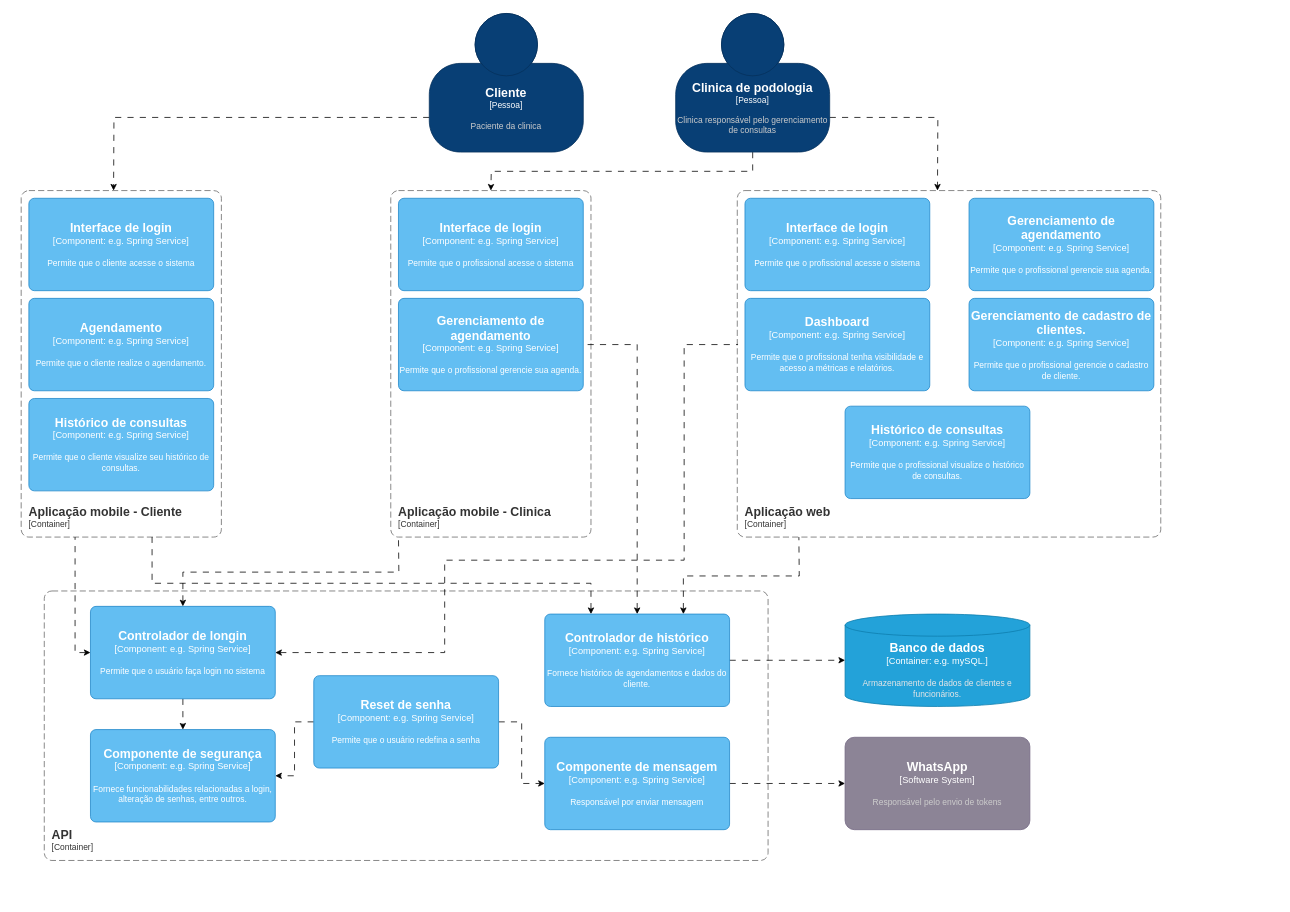
Earlier version of the draw.io diagram Diagrama sem nome.drawio (JayanaCecilia/ArqAvanc). Source tidied: cells renumbered, new cells numbered last; positions are measured from the earlier drawing's top-left corner, leaving out a move shared by most shapes. Both pictures are drawn from the tidied source at 77%, with x=0, y=0 at pixel (21, 13).
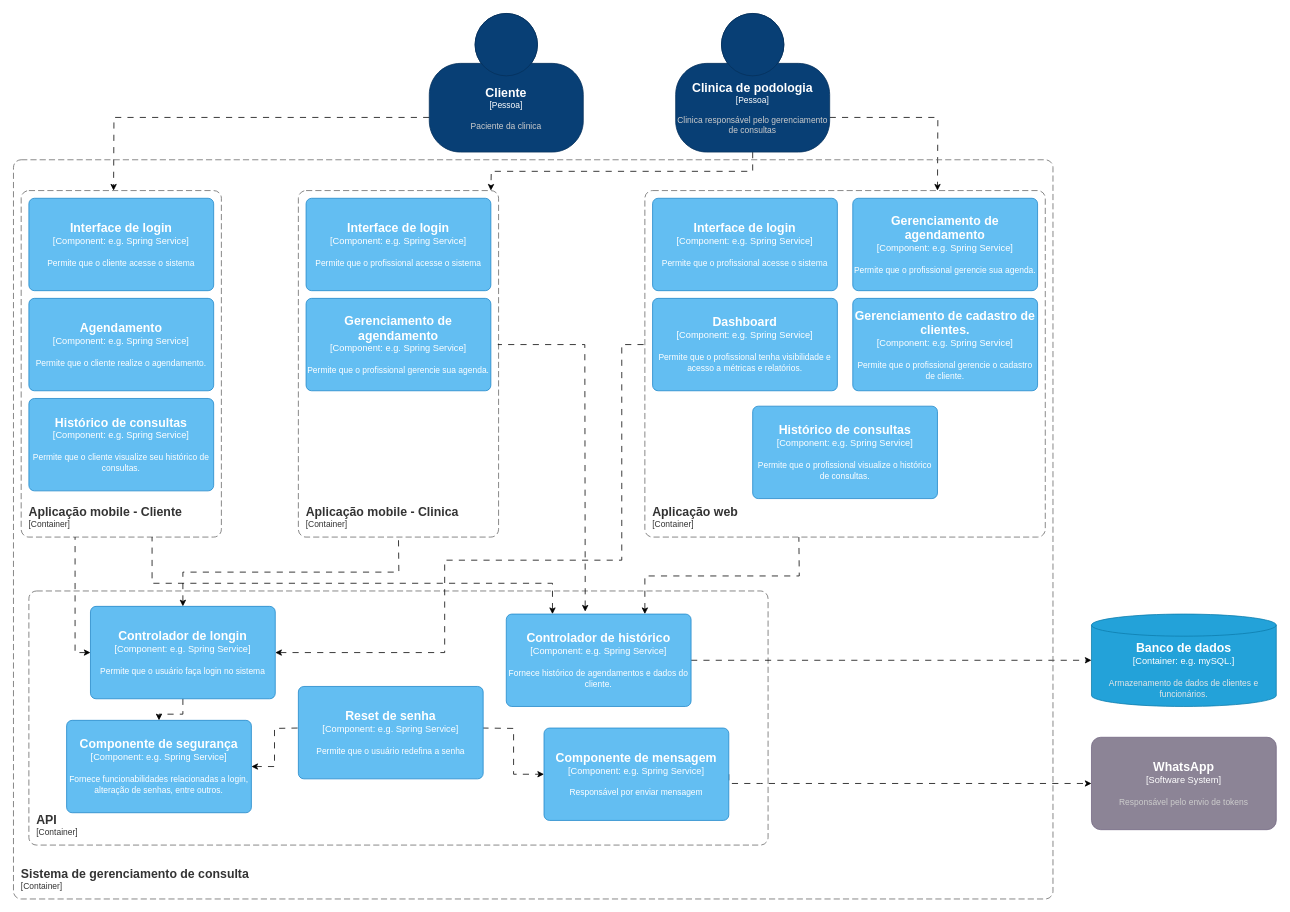
Above is the later version.

Commit message:
Aula4-Componentes

Unchanged cells that the change refers to:
```xml
<object id="23" label="&lt;font style=&quot;font-size: 16px&quot;&gt;&lt;b&gt;%c4Name%&lt;/b&gt;&lt;/font&gt;&lt;div&gt;[%c4Type%: %c4Technology%]&lt;/div&gt;&lt;br&gt;&lt;div&gt;&lt;font style=&quot;font-size: 11px&quot;&gt;%c4Description%&lt;/font&gt;&lt;/div&gt;" c4Description="Permite que o usuário faça login no sistema&#10;" c4Name="Controlador de longin" c4Technology="e.g. Spring Service" c4Type="Component" placeholders="1">
  <mxCell style="rounded=1;whiteSpace=wrap;html=1;labelBackgroundColor=none;fillColor=#63BEF2;fontColor=#ffffff;align=center;arcSize=6;strokeColor=#2086C9;points=[[0.25,0,0],[0.5,0,0],[0.75,0,0],[1,0.25,0],[1,0.5,0],[1,0.75,0],[0.75,1,0],[0.5,1,0],[0.25,1,0],[0,0.75,0],[0,0.5,0],[0,0.25,0]];" parent="1" vertex="1">
    <mxGeometry x="90" y="770" width="240" height="120" as="geometry" />
  </mxCell>
</object>
```

Change to the diagram source:
```diff
@@
     <object id="2" label="&lt;font style=&quot;font-size: 16px&quot;&gt;&lt;b&gt;%c4Type%&lt;/b&gt;&lt;/font&gt;&lt;div&gt;[%c4Container%:&amp;nbsp;%c4Technology%]&lt;/div&gt;&lt;br&gt;&lt;div&gt;&lt;font style=&quot;font-size: 11px&quot;&gt;&lt;font color=&quot;#E6E6E6&quot;&gt;%c4Description%&lt;/font&gt;&lt;/div&gt;" c4Container="Container" c4Description="Armazenamento de dados de clientes e funcionários." c4Technology="e.g. mySQL." c4Type="Banco de dados" placeholders="1">
       <mxCell style="shape=cylinder3;size=14.352941176470665;whiteSpace=wrap;html=1;boundedLbl=1;rounded=0;labelBackgroundColor=none;fillColor=#23A2D9;fontSize=12;fontColor=#ffffff;align=center;strokeColor=#0E7DAD;points=[[0.5,0,0],[1,0.25,0],[1,0.5,0],[1,0.75,0],[0.5,1,0],[0,0.75,0],[0,0.5,0],[0,0.25,0]];" parent="1" vertex="1">
-        <mxGeometry x="1070" y="780" width="240" height="120" as="geometry" />
+        <mxGeometry x="1390" y="780" width="240" height="120" as="geometry" />
       </mxCell>
     </object>
@@
     <object id="6" label="&lt;font style=&quot;font-size: 16px&quot;&gt;&lt;b&gt;%c4Name%&lt;/b&gt;&lt;/font&gt;&lt;div&gt;[%c4Type%: %c4Technology%]&lt;/div&gt;&lt;br&gt;&lt;div&gt;&lt;font style=&quot;font-size: 11px&quot;&gt;%c4Description%&lt;/font&gt;&lt;/div&gt;" c4Description="Responsável por enviar mensagem" c4Name="Componente de mensagem" c4Technology="e.g. Spring Service" c4Type="Component" placeholders="1">
       <mxCell style="rounded=1;whiteSpace=wrap;html=1;labelBackgroundColor=none;fillColor=#63BEF2;fontColor=#ffffff;align=center;arcSize=6;strokeColor=#2086C9;points=[[0.25,0,0],[0.5,0,0],[0.75,0,0],[1,0.25,0],[1,0.5,0],[1,0.75,0],[0.75,1,0],[0.5,1,0],[0.25,1,0],[0,0.75,0],[0,0.5,0],[0,0.25,0]];" parent="1" vertex="1">
-        <mxGeometry x="680" y="940" width="240" height="120" as="geometry" />
+        <mxGeometry x="679" y="928" width="240" height="120" as="geometry" />
       </mxCell>
     </object>
@@
     <object id="8" label="&lt;font style=&quot;font-size: 16px&quot;&gt;&lt;b&gt;&lt;div style=&quot;text-align: left&quot;&gt;%c4Name%&lt;/div&gt;&lt;/b&gt;&lt;/font&gt;&lt;div style=&quot;text-align: left&quot;&gt;[%c4Application%]&lt;/div&gt;" c4Application="Container" c4Name="API" placeholders="1">
       <mxCell style="rounded=1;fontSize=11;whiteSpace=wrap;html=1;dashed=1;arcSize=20;fillColor=none;strokeColor=#666666;fontColor=#333333;labelBackgroundColor=none;align=left;verticalAlign=bottom;labelBorderColor=none;spacingTop=0;spacing=10;dashPattern=8 4;perimeter=rectanglePerimeter;noLabel=0;labelPadding=0;absoluteArcSize=1;" parent="1" vertex="1">
-        <mxGeometry x="30" y="750" width="940" height="350" as="geometry" />
+        <mxGeometry x="10" y="750" width="960" height="330" as="geometry" />
       </mxCell>
     </object>
     <object id="9" label="&lt;font style=&quot;font-size: 16px&quot;&gt;&lt;b&gt;%c4Name%&lt;/b&gt;&lt;/font&gt;&lt;div&gt;[%c4Type%: %c4Technology%]&lt;/div&gt;&lt;br&gt;&lt;div&gt;&lt;font style=&quot;font-size: 11px&quot;&gt;%c4Description%&lt;/font&gt;&lt;/div&gt;" c4Description="Permite que o profissional gerencie sua agenda." c4Name="Gerenciamento de agendamento" c4Technology="e.g. Spring Service" c4Type="Component" placeholders="1">
       <mxCell style="rounded=1;whiteSpace=wrap;html=1;labelBackgroundColor=none;fillColor=#63BEF2;fontColor=#ffffff;align=center;arcSize=6;strokeColor=#2086C9;" parent="1" vertex="1">
-        <mxGeometry x="1231" y="240" width="240" height="120" as="geometry" />
+        <mxGeometry x="1080" y="240" width="240" height="120" as="geometry" />
       </mxCell>
     </object>
     <object id="10" label="&lt;font style=&quot;font-size: 16px&quot;&gt;&lt;b&gt;%c4Name%&lt;/b&gt;&lt;/font&gt;&lt;div&gt;[%c4Type%: %c4Technology%]&lt;/div&gt;&lt;br&gt;&lt;div&gt;&lt;font style=&quot;font-size: 11px&quot;&gt;%c4Description%&lt;/font&gt;&lt;/div&gt;" c4Description="Permite que o profissional tenha visibilidade e acesso a métricas e relatórios." c4Name="Dashboard" c4Technology="e.g. Spring Service" c4Type="Component" placeholders="1">
       <mxCell style="rounded=1;whiteSpace=wrap;html=1;labelBackgroundColor=none;fillColor=#63BEF2;fontColor=#ffffff;align=center;arcSize=6;strokeColor=#2086C9;" parent="1" vertex="1">
-        <mxGeometry x="940" y="370" width="240" height="120" as="geometry" />
+        <mxGeometry x="820" y="370" width="240" height="120" as="geometry" />
       </mxCell>
     </object>
     <object id="11" label="&lt;font style=&quot;font-size: 16px&quot;&gt;&lt;b&gt;&lt;div style=&quot;text-align: left&quot;&gt;%c4Name%&lt;/div&gt;&lt;/b&gt;&lt;/font&gt;&lt;div style=&quot;text-align: left&quot;&gt;[%c4Application%]&lt;/div&gt;" c4Application="Container" c4Name="Aplicação web" placeholders="1">
       <mxCell style="rounded=1;fontSize=11;whiteSpace=wrap;html=1;dashed=1;arcSize=20;fillColor=none;strokeColor=#666666;fontColor=#333333;labelBackgroundColor=none;align=left;verticalAlign=bottom;labelBorderColor=none;spacingTop=0;spacing=10;dashPattern=8 4;perimeter=rectanglePerimeter;noLabel=0;labelPadding=0;absoluteArcSize=1;" parent="1" vertex="1">
-        <mxGeometry x="930" y="230" width="550" height="450" as="geometry" />
+        <mxGeometry x="810" y="230" width="520" height="450" as="geometry" />
       </mxCell>
     </object>
     <object id="12" label="&lt;font style=&quot;font-size: 16px&quot;&gt;&lt;b&gt;&lt;div style=&quot;text-align: left&quot;&gt;%c4Name%&lt;/div&gt;&lt;/b&gt;&lt;/font&gt;&lt;div style=&quot;text-align: left&quot;&gt;[%c4Application%]&lt;/div&gt;" c4Application="Container" c4Name="Aplicação mobile - Clinica" placeholders="1">
       <mxCell style="rounded=1;fontSize=11;whiteSpace=wrap;html=1;dashed=1;arcSize=20;fillColor=none;strokeColor=#666666;fontColor=#333333;labelBackgroundColor=none;align=left;verticalAlign=bottom;labelBorderColor=none;spacingTop=0;spacing=10;dashPattern=8 4;perimeter=rectanglePerimeter;noLabel=0;labelPadding=0;absoluteArcSize=1;" parent="1" vertex="1">
-        <mxGeometry x="480" y="230" width="260" height="450" as="geometry" />
+        <mxGeometry x="360" y="230" width="260" height="450" as="geometry" />
       </mxCell>
     </object>
     <object id="13" label="&lt;font style=&quot;font-size: 16px&quot;&gt;&lt;b&gt;%c4Name%&lt;/b&gt;&lt;/font&gt;&lt;div&gt;[%c4Type%: %c4Technology%]&lt;/div&gt;&lt;br&gt;&lt;div&gt;&lt;font style=&quot;font-size: 11px&quot;&gt;%c4Description%&lt;/font&gt;&lt;/div&gt;" c4Description="Permite que o profissional acesse o sistema" c4Name="Interface de login" c4Technology="e.g. Spring Service" c4Type="Component" placeholders="1">
       <mxCell style="rounded=1;whiteSpace=wrap;html=1;labelBackgroundColor=none;fillColor=#63BEF2;fontColor=#ffffff;align=center;arcSize=6;strokeColor=#2086C9;" parent="1" vertex="1">
-        <mxGeometry x="490" y="240" width="240" height="120" as="geometry" />
+        <mxGeometry x="370" y="240" width="240" height="120" as="geometry" />
       </mxCell>
     </object>
@@
     <object id="15" label="&lt;font style=&quot;font-size: 16px&quot;&gt;&lt;b&gt;%c4Name%&lt;/b&gt;&lt;/font&gt;&lt;div&gt;[%c4Type%: %c4Technology%]&lt;/div&gt;&lt;br&gt;&lt;div&gt;&lt;font style=&quot;font-size: 11px&quot;&gt;%c4Description%&lt;/font&gt;&lt;/div&gt;" c4Description="Permite que o profissional gerencie sua agenda." c4Name="Gerenciamento de agendamento" c4Technology="e.g. Spring Service" c4Type="Component" placeholders="1">
       <mxCell style="rounded=1;whiteSpace=wrap;html=1;labelBackgroundColor=none;fillColor=#63BEF2;fontColor=#ffffff;align=center;arcSize=6;strokeColor=#2086C9;points=[[0.25,0,0],[0.5,0,0],[0.75,0,0],[1,0.25,0],[1,0.5,0],[1,0.75,0],[0.75,1,0],[0.5,1,0],[0.25,1,0],[0,0.75,0],[0,0.5,0],[0,0.25,0]];" parent="1" vertex="1">
-        <mxGeometry x="490" y="370" width="240" height="120" as="geometry" />
+        <mxGeometry x="370" y="370" width="240" height="120" as="geometry" />
       </mxCell>
     </object>
     <object id="16" label="&lt;font style=&quot;font-size: 16px&quot;&gt;&lt;b&gt;%c4Name%&lt;/b&gt;&lt;/font&gt;&lt;div&gt;[%c4Type%: %c4Technology%]&lt;/div&gt;&lt;br&gt;&lt;div&gt;&lt;font style=&quot;font-size: 11px&quot;&gt;%c4Description%&lt;/font&gt;&lt;/div&gt;" c4Description="Permite que o profissional gerencie o cadastro de cliente." c4Name="Gerenciamento de cadastro de clientes." c4Technology="e.g. Spring Service" c4Type="Component" placeholders="1">
       <mxCell style="rounded=1;whiteSpace=wrap;html=1;labelBackgroundColor=none;fillColor=#63BEF2;fontColor=#ffffff;align=center;arcSize=6;strokeColor=#2086C9;" parent="1" vertex="1">
-        <mxGeometry x="1231" y="370" width="240" height="120" as="geometry" />
+        <mxGeometry x="1080" y="370" width="240" height="120" as="geometry" />
       </mxCell>
     </object>
     <object id="17" label="&lt;font style=&quot;font-size: 16px&quot;&gt;&lt;b&gt;%c4Name%&lt;/b&gt;&lt;/font&gt;&lt;div&gt;[%c4Type%: %c4Technology%]&lt;/div&gt;&lt;br&gt;&lt;div&gt;&lt;font style=&quot;font-size: 11px&quot;&gt;%c4Description%&lt;/font&gt;&lt;/div&gt;" c4Description="Permite que o profissional acesse o sistema" c4Name="Interface de login" c4Technology="e.g. Spring Service" c4Type="Component" placeholders="1">
       <mxCell style="rounded=1;whiteSpace=wrap;html=1;labelBackgroundColor=none;fillColor=#63BEF2;fontColor=#ffffff;align=center;arcSize=6;strokeColor=#2086C9;" parent="1" vertex="1">
-        <mxGeometry x="940" y="240" width="240" height="120" as="geometry" />
+        <mxGeometry x="820" y="240" width="240" height="120" as="geometry" />
       </mxCell>
     </object>
     <object id="18" label="&lt;font style=&quot;font-size: 16px&quot;&gt;&lt;b&gt;%c4Name%&lt;/b&gt;&lt;/font&gt;&lt;div&gt;[%c4Type%: %c4Technology%]&lt;/div&gt;&lt;br&gt;&lt;div&gt;&lt;font style=&quot;font-size: 11px&quot;&gt;%c4Description%&lt;/font&gt;&lt;/div&gt;" c4Description="Fornece funcionabilidades relacionadas a login, alteração de senhas, entre outros." c4Name="Componente de segurança" c4Technology="e.g. Spring Service" c4Type="Component" placeholders="1">
       <mxCell style="rounded=1;whiteSpace=wrap;html=1;labelBackgroundColor=none;fillColor=#63BEF2;fontColor=#ffffff;align=center;arcSize=6;strokeColor=#2086C9;points=[[0.25,0,0],[0.5,0,0],[0.75,0,0],[1,0.25,0],[1,0.5,0],[1,0.75,0],[0.75,1,0],[0.5,1,0],[0.25,1,0],[0,0.75,0],[0,0.5,0],[0,0.25,0]];" parent="1" vertex="1">
-        <mxGeometry x="90" y="930" width="240" height="120" as="geometry" />
+        <mxGeometry x="59" y="918" width="240" height="120" as="geometry" />
       </mxCell>
     </object>
@@
-    <mxCell id="22" style="edgeStyle=orthogonalEdgeStyle;rounded=0;jettySize=auto;html=1;exitX=1;exitY=0.5;exitDx=0;exitDy=0;exitPerimeter=0;entryX=0;entryY=0.5;entryDx=0;entryDy=0;entryPerimeter=0;dashed=1;dashPattern=8 8;startArrow=classic;startFill=1;endArrow=none;endFill=0;" parent="1" edge="1" source="23">
+    <mxCell id="22" style="edgeStyle=orthogonalEdgeStyle;rounded=0;jettySize=auto;html=1;exitX=1;exitY=0.5;exitDx=0;exitDy=0;exitPerimeter=0;dashed=1;dashPattern=8 8;startArrow=classic;startFill=1;endArrow=none;endFill=0;" parent="1" edge="1" source="23">
       <mxGeometry relative="1" as="geometry">
-        <mxPoint x="931" y="430" as="targetPoint" />
+        <mxPoint x="810" y="430" as="targetPoint" />
         <Array as="points">
           <mxPoint x="550" y="830" />
           <mxPoint x="550" y="710" />
-          <mxPoint x="861" y="710" />
-          <mxPoint x="861" y="430" />
+          <mxPoint x="780" y="710" />
+          <mxPoint x="780" y="430" />
         </Array>
       </mxGeometry>
     </mxCell>
@@
-    <mxCell id="26" style="edgeStyle=orthogonalEdgeStyle;rounded=0;jettySize=auto;html=1;exitX=0.5;exitY=0;exitDx=0;exitDy=0;exitPerimeter=0;startArrow=classic;startFill=1;endArrow=none;endFill=0;dashed=1;dashPattern=8 8;entryX=1;entryY=0.5;entryDx=0;entryDy=0;entryPerimeter=0;" parent="1" edge="1" source="28" target="15">
+    <mxCell id="26" style="edgeStyle=orthogonalEdgeStyle;rounded=0;jettySize=auto;html=1;exitX=0.427;exitY=-0.027;exitDx=0;exitDy=0;exitPerimeter=0;startArrow=classic;startFill=1;endArrow=none;endFill=0;dashed=1;dashPattern=8 8;entryX=1;entryY=0.5;entryDx=0;entryDy=0;entryPerimeter=0;" parent="1" edge="1" source="28">
       <mxGeometry relative="1" as="geometry">
+        <mxPoint x="619" y="430" as="targetPoint" />
         <Array as="points">
-          <mxPoint x="800" y="430" />
+          <mxPoint x="732" y="740" />
+          <mxPoint x="732" y="430" />
         </Array>
       </mxGeometry>
     </mxCell>
     <mxCell id="27" style="edgeStyle=orthogonalEdgeStyle;rounded=0;jettySize=auto;html=1;exitX=0.25;exitY=0;exitDx=0;exitDy=0;exitPerimeter=0;dashed=1;dashPattern=8 8;startArrow=classic;startFill=1;endArrow=none;endFill=0;" parent="1" edge="1" source="28">
       <mxGeometry relative="1" as="geometry">
         <mxPoint x="170" y="680" as="targetPoint" />
         <Array as="points">
-          <mxPoint x="740" y="740" />
+          <mxPoint x="690" y="740" />
           <mxPoint x="170" y="740" />
-          <mxPoint x="170" y="680" />
         </Array>
       </mxGeometry>
     </mxCell>
     <object id="28" label="&lt;font style=&quot;font-size: 16px&quot;&gt;&lt;b&gt;%c4Name%&lt;/b&gt;&lt;/font&gt;&lt;div&gt;[%c4Type%: %c4Technology%]&lt;/div&gt;&lt;br&gt;&lt;div&gt;&lt;font style=&quot;font-size: 11px&quot;&gt;%c4Description%&lt;/font&gt;&lt;/div&gt;" c4Description="Fornece histórico de agendamentos e dados do cliente." c4Name="Controlador de histórico" c4Technology="e.g. Spring Service" c4Type="Component" placeholders="1">
       <mxCell style="rounded=1;whiteSpace=wrap;html=1;labelBackgroundColor=none;fillColor=#63BEF2;fontColor=#ffffff;align=center;arcSize=6;strokeColor=#2086C9;points=[[0.25,0,0],[0.5,0,0],[0.75,0,0],[1,0.25,0],[1,0.5,0],[1,0.75,0],[0.75,1,0],[0.5,1,0],[0.25,1,0],[0,0.75,0],[0,0.5,0],[0,0.25,0]];" parent="1" vertex="1">
-        <mxGeometry x="680" y="780" width="240" height="120" as="geometry" />
+        <mxGeometry x="630" y="780" width="240" height="120" as="geometry" />
       </mxCell>
     </object>
     <object id="29" label="&lt;font style=&quot;font-size: 16px&quot;&gt;&lt;b&gt;%c4Name%&lt;/b&gt;&lt;/font&gt;&lt;div&gt;[%c4Type%]&lt;/div&gt;&lt;br&gt;&lt;div&gt;&lt;font style=&quot;font-size: 11px&quot;&gt;&lt;font color=&quot;#cccccc&quot;&gt;%c4Description%&lt;/font&gt;&lt;/div&gt;" c4Description="Responsável pelo envio de tokens" c4Name="WhatsApp" c4Type="Software System" placeholders="1">
       <mxCell style="rounded=1;whiteSpace=wrap;html=1;labelBackgroundColor=none;fillColor=#8C8496;fontColor=#ffffff;align=center;arcSize=10;strokeColor=#736782;points=[[0.25,0,0],[0.5,0,0],[0.75,0,0],[1,0.25,0],[1,0.5,0],[1,0.75,0],[0.75,1,0],[0.5,1,0],[0.25,1,0],[0,0.75,0],[0,0.5,0],[0,0.25,0]];" parent="1" vertex="1">
-        <mxGeometry x="1070" y="940" width="240" height="120" as="geometry" />
+        <mxGeometry x="1390" y="940" width="240" height="120" as="geometry" />
       </mxCell>
     </object>
@@
-    <mxCell id="35" style="edgeStyle=orthogonalEdgeStyle;rounded=0;jettySize=auto;html=1;exitX=0;exitY=0.5;exitDx=0;exitDy=0;exitPerimeter=0;entryX=1;entryY=0.5;entryDx=0;entryDy=0;entryPerimeter=0;dashed=1;dashPattern=8 8;" parent="1" edge="1" source="37" target="18">
-      <mxGeometry relative="1" as="geometry" />
+    <mxCell id="35" style="edgeStyle=orthogonalEdgeStyle;rounded=0;jettySize=auto;html=1;exitX=0;exitY=0.5;exitDx=0;exitDy=0;exitPerimeter=0;entryX=1;entryY=0.5;entryDx=0;entryDy=0;entryPerimeter=0;dashed=1;dashPattern=8 8;" parent="1" edge="1" target="18">
+      <mxGeometry relative="1" as="geometry">
+        <mxPoint x="359" y="928" as="sourcePoint" />
+      </mxGeometry>
     </mxCell>
-    <mxCell id="36" style="edgeStyle=orthogonalEdgeStyle;rounded=0;jettySize=auto;html=1;exitX=1;exitY=0.5;exitDx=0;exitDy=0;exitPerimeter=0;dashed=1;dashPattern=8 8;" parent="1" edge="1" source="37" target="6">
-      <mxGeometry relative="1" as="geometry" />
+    <mxCell id="36" style="edgeStyle=orthogonalEdgeStyle;rounded=0;jettySize=auto;html=1;exitX=1;exitY=0.5;exitDx=0;exitDy=0;exitPerimeter=0;dashed=1;dashPattern=8 8;" parent="1" edge="1" target="6">
+      <mxGeometry relative="1" as="geometry">
+        <mxPoint x="599" y="928" as="sourcePoint" />
+      </mxGeometry>
     </mxCell>
     <object id="37" label="&lt;font style=&quot;font-size: 16px&quot;&gt;&lt;b&gt;%c4Name%&lt;/b&gt;&lt;/font&gt;&lt;div&gt;[%c4Type%: %c4Technology%]&lt;/div&gt;&lt;br&gt;&lt;div&gt;&lt;font style=&quot;font-size: 11px&quot;&gt;%c4Description%&lt;/font&gt;&lt;/div&gt;" c4Description="Permite que o usuário redefina a senha" c4Name="Reset de senha" c4Technology="e.g. Spring Service" c4Type="Component" placeholders="1">
       <mxCell style="rounded=1;whiteSpace=wrap;html=1;labelBackgroundColor=none;fillColor=#63BEF2;fontColor=#ffffff;align=center;arcSize=6;strokeColor=#2086C9;points=[[0.25,0,0],[0.5,0,0],[0.75,0,0],[1,0.25,0],[1,0.5,0],[1,0.75,0],[0.75,1,0],[0.5,1,0],[0.25,1,0],[0,0.75,0],[0,0.5,0],[0,0.25,0]];" parent="1" vertex="1">
-        <mxGeometry x="380" y="860" width="240" height="120" as="geometry" />
+        <mxGeometry x="360" y="874" width="240" height="120" as="geometry" />
       </mxCell>
     </object>
     <object id="38" label="&lt;font style=&quot;font-size: 16px&quot;&gt;&lt;b&gt;%c4Name%&lt;/b&gt;&lt;/font&gt;&lt;div&gt;[%c4Type%: %c4Technology%]&lt;/div&gt;&lt;br&gt;&lt;div&gt;&lt;font style=&quot;font-size: 11px&quot;&gt;%c4Description%&lt;/font&gt;&lt;/div&gt;" c4Description="Permite que o profissional visualize o histórico de consultas." c4Name="Histórico de consultas" c4Technology="e.g. Spring Service" c4Type="Component" placeholders="1">
       <mxCell style="rounded=1;whiteSpace=wrap;html=1;labelBackgroundColor=none;fillColor=#63BEF2;fontColor=#ffffff;align=center;arcSize=6;strokeColor=#2086C9;" parent="1" vertex="1">
-        <mxGeometry x="1070" y="510" width="240" height="120" as="geometry" />
+        <mxGeometry x="950" y="510" width="240" height="120" as="geometry" />
       </mxCell>
     </object>
+    <object id="39" label="&lt;font style=&quot;font-size: 16px&quot;&gt;&lt;b&gt;&lt;div style=&quot;text-align: left&quot;&gt;%c4Name%&lt;/div&gt;&lt;/b&gt;&lt;/font&gt;&lt;div style=&quot;text-align: left&quot;&gt;[%c4Application%]&lt;/div&gt;" c4Application="Container" c4Name="Sistema de gerenciamento de consulta" placeholders="1">
+      <mxCell style="rounded=1;fontSize=11;whiteSpace=wrap;html=1;dashed=1;arcSize=20;fillColor=none;strokeColor=#666666;fontColor=#333333;labelBackgroundColor=none;align=left;verticalAlign=bottom;labelBorderColor=none;spacingTop=0;spacing=10;dashPattern=8 4;perimeter=rectanglePerimeter;noLabel=0;labelPadding=0;absoluteArcSize=1;" parent="1" vertex="1">
+        <mxGeometry x="-10" y="190" width="1350" height="960" as="geometry" />
+      </mxCell>
+    </object>
```
